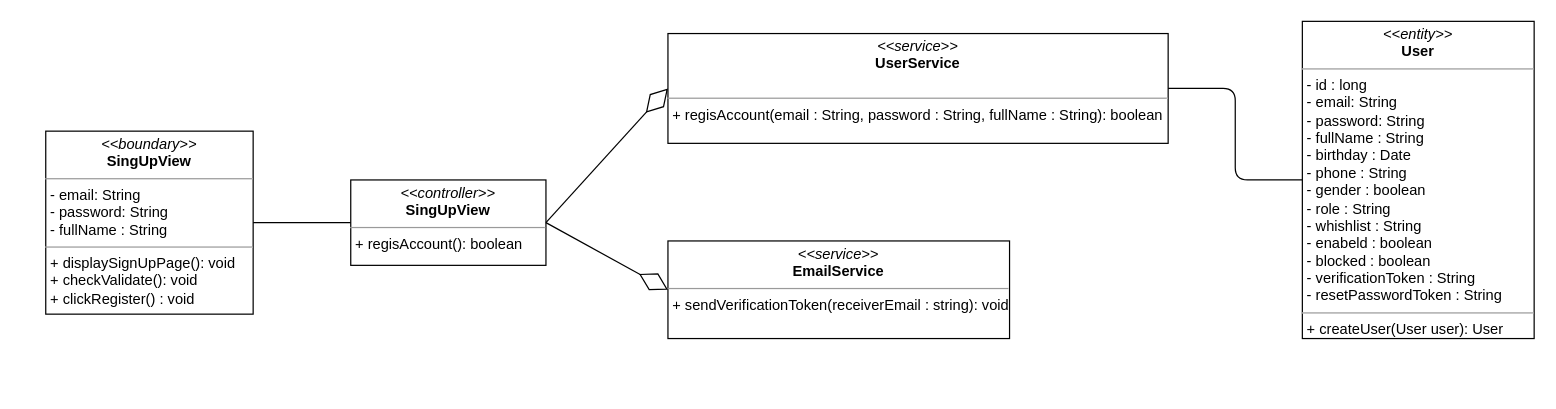
This is class diagram/login-class-diagram.drawio from nguyenphamvan/datn_20202, a draw.io file, before an edit. Source tidied: cells renumbered, new cells numbered last; positions are measured from the earlier drawing's top-left corner, leaving out a move shared by most shapes. Both pictures are drawn from the tidied source at 122%, with x=0, y=0 at pixel (45, 21).
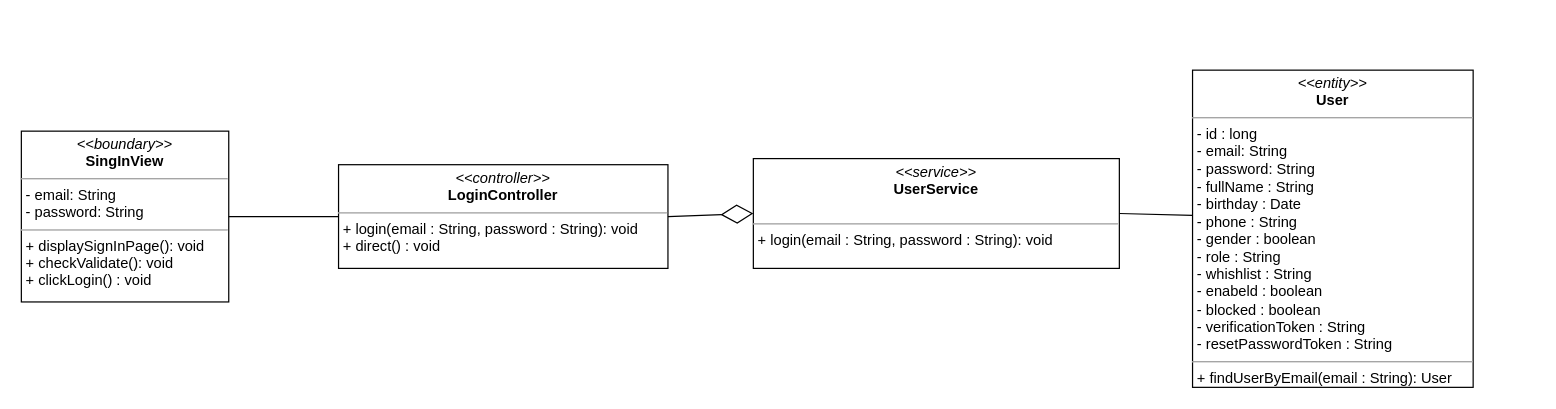
The same diagram, later.

Diff of the diagram source:
```diff
@@
 <mxGraphModel>
   <root>
     <mxCell id="0" />
     <mxCell id="1" parent="0" />
-    <mxCell id="2" value="&lt;p style=&quot;margin: 0px ; margin-top: 4px ; text-align: center&quot;&gt;&lt;i&gt;&amp;lt;&amp;lt;boundary&amp;gt;&amp;gt;&lt;/i&gt;&lt;br&gt;&lt;b&gt;SingUpView&lt;/b&gt;&lt;/p&gt;&lt;hr size=&quot;1&quot;&gt;&lt;p style=&quot;margin: 0px ; margin-left: 4px&quot;&gt;- email: String&lt;br&gt;- password: String&lt;/p&gt;&lt;p style=&quot;margin: 0px ; margin-left: 4px&quot;&gt;- fullName : String&lt;/p&gt;&lt;hr size=&quot;1&quot;&gt;&lt;p style=&quot;margin: 0px ; margin-left: 4px&quot;&gt;+ displaySignUpPage(): void&lt;br&gt;+ checkValidate(): void&lt;/p&gt;&lt;p style=&quot;margin: 0px ; margin-left: 4px&quot;&gt;+ clickRegister() : void&lt;/p&gt;" style="verticalAlign=top;align=left;overflow=fill;fontSize=12;fontFamily=Helvetica;html=1;" parent="1" vertex="1">
-      <mxGeometry y="90" width="170" height="150" as="geometry" />
-    </mxCell>
-    <mxCell id="3" value="&lt;p style=&quot;margin: 0px ; margin-top: 4px ; text-align: center&quot;&gt;&lt;i&gt;&amp;lt;&amp;lt;controller&amp;gt;&amp;gt;&lt;/i&gt;&lt;br&gt;&lt;b&gt;SingUpView&lt;/b&gt;&lt;/p&gt;&lt;hr size=&quot;1&quot;&gt;&lt;p style=&quot;margin: 0px ; margin-left: 4px&quot;&gt;+ regisAccount(): boolean&lt;br&gt;&lt;/p&gt;" style="verticalAlign=top;align=left;overflow=fill;fontSize=12;fontFamily=Helvetica;html=1;" parent="1" vertex="1">
-      <mxGeometry x="250" y="130" width="160" height="70" as="geometry" />
-    </mxCell>
-    <mxCell id="4" value="&lt;p style=&quot;margin: 0px ; margin-top: 4px ; text-align: center&quot;&gt;&lt;i&gt;&amp;lt;&amp;lt;service&amp;gt;&amp;gt;&lt;/i&gt;&lt;br&gt;&lt;b&gt;UserService&lt;/b&gt;&lt;/p&gt;&lt;p style=&quot;margin: 0px ; margin-left: 4px&quot;&gt;&lt;br&gt;&lt;/p&gt;&lt;hr size=&quot;1&quot;&gt;&lt;p style=&quot;margin: 0px ; margin-left: 4px&quot;&gt;+ regisAccount(email : String, password : String, fullName : String): boolean&lt;br&gt;&lt;/p&gt;" style="verticalAlign=top;align=left;overflow=fill;fontSize=12;fontFamily=Helvetica;html=1;" parent="1" vertex="1">
-      <mxGeometry x="510" y="10" width="410" height="90" as="geometry" />
-    </mxCell>
-    <mxCell id="5" value="&lt;p style=&quot;margin: 0px ; margin-top: 4px ; text-align: center&quot;&gt;&lt;i&gt;&amp;lt;&amp;lt;service&amp;gt;&amp;gt;&lt;/i&gt;&lt;br&gt;&lt;b&gt;EmailService&lt;/b&gt;&lt;/p&gt;&lt;hr size=&quot;1&quot;&gt;&lt;p style=&quot;margin: 0px ; margin-left: 4px&quot;&gt;+ sendVerificationToken(receiverEmail : string): void&lt;br&gt;&lt;/p&gt;" style="verticalAlign=top;align=left;overflow=fill;fontSize=12;fontFamily=Helvetica;html=1;" parent="1" vertex="1">
-      <mxGeometry x="510" y="180" width="280" height="80" as="geometry" />
-    </mxCell>
-    <mxCell id="6" value="&lt;p style=&quot;margin: 0px ; margin-top: 4px ; text-align: center&quot;&gt;&lt;i&gt;&amp;lt;&amp;lt;entity&amp;gt;&amp;gt;&lt;/i&gt;&lt;br&gt;&lt;b&gt;User&lt;/b&gt;&lt;/p&gt;&lt;hr size=&quot;1&quot;&gt;&lt;p style=&quot;margin: 0px ; margin-left: 4px&quot;&gt;- id : long&lt;/p&gt;&lt;p style=&quot;margin: 0px ; margin-left: 4px&quot;&gt;- email: String&lt;br&gt;- password: String&lt;/p&gt;&lt;p style=&quot;margin: 0px ; margin-left: 4px&quot;&gt;- fullName : String&lt;/p&gt;&lt;p style=&quot;margin: 0px ; margin-left: 4px&quot;&gt;- birthday : Date&lt;/p&gt;&lt;p style=&quot;margin: 0px ; margin-left: 4px&quot;&gt;- phone : String&lt;/p&gt;&lt;p style=&quot;margin: 0px ; margin-left: 4px&quot;&gt;- gender : boolean&lt;/p&gt;&lt;p style=&quot;margin: 0px ; margin-left: 4px&quot;&gt;- role : String&lt;/p&gt;&lt;p style=&quot;margin: 0px ; margin-left: 4px&quot;&gt;- whishlist : String&lt;/p&gt;&lt;p style=&quot;margin: 0px ; margin-left: 4px&quot;&gt;- enabeld : boolean&lt;/p&gt;&lt;p style=&quot;margin: 0px ; margin-left: 4px&quot;&gt;- blocked : boolean&lt;/p&gt;&lt;p style=&quot;margin: 0px ; margin-left: 4px&quot;&gt;- verificationToken : String&lt;/p&gt;&lt;p style=&quot;margin: 0px ; margin-left: 4px&quot;&gt;- resetPasswordToken : String&lt;/p&gt;&lt;hr size=&quot;1&quot;&gt;&lt;p style=&quot;margin: 0px ; margin-left: 4px&quot;&gt;+ createUser(User user): User&lt;br&gt;&lt;/p&gt;" style="verticalAlign=top;align=left;overflow=fill;fontSize=12;fontFamily=Helvetica;html=1;" parent="1" vertex="1">
-      <mxGeometry x="1030" width="190" height="260" as="geometry" />
-    </mxCell>
-    <mxCell id="7" style="endArrow=none;html=1;edgeStyle=orthogonalEdgeStyle;exitX=1;exitY=0.5;exitDx=0;exitDy=0;entryX=0;entryY=0.5;entryDx=0;entryDy=0;" parent="1" edge="1" source="2" target="3">
-      <mxGeometry relative="1" as="geometry" />
-    </mxCell>
-    <mxCell id="8" style="endArrow=diamondThin;endFill=0;endSize=24;html=1;entryX=0;entryY=0.5;entryDx=0;entryDy=0;exitX=1;exitY=0.5;exitDx=0;exitDy=0;" parent="1" edge="1" source="3" target="4">
-      <mxGeometry relative="1" as="geometry" />
-    </mxCell>
-    <mxCell id="9" style="endArrow=diamondThin;endFill=0;endSize=24;html=1;exitX=1;exitY=0.5;exitDx=0;exitDy=0;entryX=0;entryY=0.5;entryDx=0;entryDy=0;" parent="1" edge="1" source="3" target="5">
-      <mxGeometry relative="1" as="geometry" />
-    </mxCell>
-    <mxCell id="10" style="endArrow=none;html=1;edgeStyle=orthogonalEdgeStyle;entryX=0;entryY=0.5;entryDx=0;entryDy=0;exitX=1;exitY=0.5;exitDx=0;exitDy=0;" parent="1" edge="1" source="4" target="6">
-      <mxGeometry relative="1" as="geometry" />
-    </mxCell>
+    <mxCell id="11" value="&lt;p style=&quot;margin: 0px ; margin-top: 4px ; text-align: center&quot;&gt;&lt;i&gt;&amp;lt;&amp;lt;boundary&amp;gt;&amp;gt;&lt;/i&gt;&lt;br&gt;&lt;b&gt;SingInView&lt;/b&gt;&lt;/p&gt;&lt;hr size=&quot;1&quot;&gt;&lt;p style=&quot;margin: 0px ; margin-left: 4px&quot;&gt;- email: String&lt;br&gt;- password: String&lt;/p&gt;&lt;hr size=&quot;1&quot;&gt;&lt;p style=&quot;margin: 0px ; margin-left: 4px&quot;&gt;+ displaySignInPage(): void&lt;br&gt;+ checkValidate(): void&lt;/p&gt;&lt;p style=&quot;margin: 0px ; margin-left: 4px&quot;&gt;+ clickLogin() : void&lt;/p&gt;" style="verticalAlign=top;align=left;overflow=fill;fontSize=12;fontFamily=Helvetica;html=1;" parent="1" vertex="1">
+      <mxGeometry x="-20" y="90" width="170" height="140" as="geometry" />
+    </mxCell>
+    <mxCell id="12" value="&lt;p style=&quot;margin: 0px ; margin-top: 4px ; text-align: center&quot;&gt;&lt;i&gt;&amp;lt;&amp;lt;controller&amp;gt;&amp;gt;&lt;/i&gt;&lt;br&gt;&lt;b&gt;LoginController&lt;/b&gt;&lt;/p&gt;&lt;hr size=&quot;1&quot;&gt;&lt;p style=&quot;margin: 0px ; margin-left: 4px&quot;&gt;+ login(email : String, password : String): void&lt;br&gt;&lt;/p&gt;&lt;p style=&quot;margin: 0px ; margin-left: 4px&quot;&gt;+ direct() : void&lt;/p&gt;" style="verticalAlign=top;align=left;overflow=fill;fontSize=12;fontFamily=Helvetica;html=1;" parent="1" vertex="1">
+      <mxGeometry x="240" y="117.5" width="270" height="85" as="geometry" />
+    </mxCell>
+    <mxCell id="13" style="endArrow=none;html=1;edgeStyle=orthogonalEdgeStyle;exitX=1;exitY=0.5;exitDx=0;exitDy=0;entryX=0;entryY=0.5;entryDx=0;entryDy=0;" parent="1" edge="1" source="11" target="12">
+      <mxGeometry relative="1" as="geometry" />
+    </mxCell>
+    <mxCell id="14" value="&lt;p style=&quot;margin: 0px ; margin-top: 4px ; text-align: center&quot;&gt;&lt;i&gt;&amp;lt;&amp;lt;service&amp;gt;&amp;gt;&lt;/i&gt;&lt;br&gt;&lt;b&gt;UserService&lt;/b&gt;&lt;/p&gt;&lt;p style=&quot;margin: 0px ; margin-left: 4px&quot;&gt;&lt;br&gt;&lt;/p&gt;&lt;hr size=&quot;1&quot;&gt;&lt;p style=&quot;margin: 0px ; margin-left: 4px&quot;&gt;+ login(email : String, password : String): void&lt;/p&gt;" style="verticalAlign=top;align=left;overflow=fill;fontSize=12;fontFamily=Helvetica;html=1;" parent="1" vertex="1">
+      <mxGeometry x="580" y="112.5" width="300" height="90" as="geometry" />
+    </mxCell>
+    <mxCell id="15" value="&lt;p style=&quot;margin: 0px ; margin-top: 4px ; text-align: center&quot;&gt;&lt;i&gt;&amp;lt;&amp;lt;entity&amp;gt;&amp;gt;&lt;/i&gt;&lt;br&gt;&lt;b&gt;User&lt;/b&gt;&lt;/p&gt;&lt;hr size=&quot;1&quot;&gt;&lt;p style=&quot;margin: 0px ; margin-left: 4px&quot;&gt;- id : long&lt;/p&gt;&lt;p style=&quot;margin: 0px ; margin-left: 4px&quot;&gt;- email: String&lt;br&gt;- password: String&lt;/p&gt;&lt;p style=&quot;margin: 0px ; margin-left: 4px&quot;&gt;- fullName : String&lt;/p&gt;&lt;p style=&quot;margin: 0px ; margin-left: 4px&quot;&gt;- birthday : Date&lt;/p&gt;&lt;p style=&quot;margin: 0px ; margin-left: 4px&quot;&gt;- phone : String&lt;/p&gt;&lt;p style=&quot;margin: 0px ; margin-left: 4px&quot;&gt;- gender : boolean&lt;/p&gt;&lt;p style=&quot;margin: 0px ; margin-left: 4px&quot;&gt;- role : String&lt;/p&gt;&lt;p style=&quot;margin: 0px ; margin-left: 4px&quot;&gt;- whishlist : String&lt;/p&gt;&lt;p style=&quot;margin: 0px ; margin-left: 4px&quot;&gt;- enabeld : boolean&lt;/p&gt;&lt;p style=&quot;margin: 0px ; margin-left: 4px&quot;&gt;- blocked : boolean&lt;/p&gt;&lt;p style=&quot;margin: 0px ; margin-left: 4px&quot;&gt;- verificationToken : String&lt;/p&gt;&lt;p style=&quot;margin: 0px ; margin-left: 4px&quot;&gt;- resetPasswordToken : String&lt;/p&gt;&lt;hr size=&quot;1&quot;&gt;&lt;p style=&quot;margin: 0px ; margin-left: 4px&quot;&gt;+ findUserByEmail(email : String): User&lt;br&gt;&lt;/p&gt;" style="verticalAlign=top;align=left;overflow=fill;fontSize=12;fontFamily=Helvetica;html=1;" parent="1" vertex="1">
+      <mxGeometry x="940" y="40" width="230" height="260" as="geometry" />
+    </mxCell>
+    <mxCell id="16" style="endArrow=diamondThin;endFill=0;endSize=24;html=1;exitX=1;exitY=0.5;exitDx=0;exitDy=0;entryX=0;entryY=0.5;entryDx=0;entryDy=0;" parent="1" edge="1" source="12" target="14">
+      <mxGeometry relative="1" as="geometry" />
+    </mxCell>
+    <mxCell id="17" style="endArrow=none;html=1;exitX=1;exitY=0.5;exitDx=0;exitDy=0;entryX=0;entryY=0.458;entryDx=0;entryDy=0;entryPerimeter=0;" parent="1" edge="1" source="14" target="15">
+      <mxGeometry relative="1" as="geometry" />
+    </mxCell>
   </root>
 </mxGraphModel>
```
